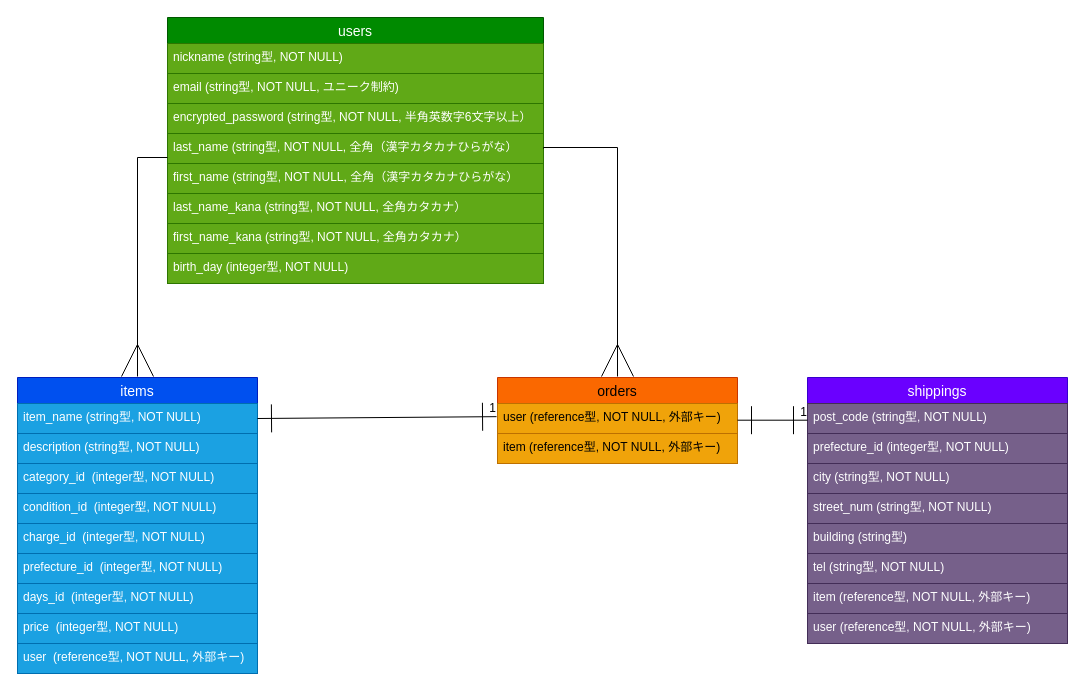
bandaid0625/furima-38930 keeps this draw.io diagram as er.dio. Above is the earlier version. Source tidied: cells renumbered, new cells numbered last; positions are measured from the earlier drawing's top-left corner, leaving out a move shared by most shapes. Both pictures are drawn from the tidied source at 100%, with x=0, y=0 at pixel (17, 17).
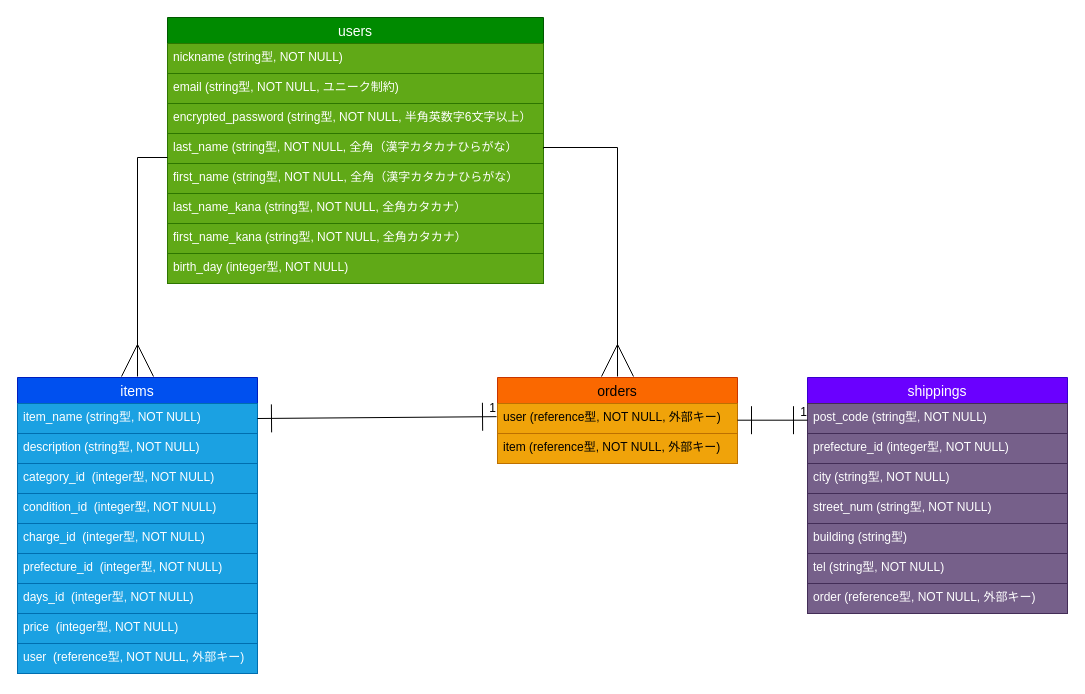
The same page after the edit.

The edit, as a diff of the source:
```diff
@@
     <mxCell id="21" value="shippings" style="swimlane;fontStyle=0;horizontal=1;startSize=26;align=center;fontSize=14;rounded=0;fillColor=#6a00ff;fontColor=#ffffff;strokeColor=#3700CC;labelBackgroundColor=none;" parent="1" vertex="1">
-      <mxGeometry x="790" y="360" width="260" height="266" as="geometry" />
+      <mxGeometry x="790" y="360" width="260" height="236" as="geometry" />
     </mxCell>
@@
-    <mxCell id="28" value="item (reference型, NOT NULL, 外部キー)" style="text;strokeColor=#432D57;fillColor=#76608a;spacingLeft=4;spacingRight=4;overflow=hidden;fontSize=12;rounded=0;fontColor=#ffffff;" parent="21" vertex="1">
+    <mxCell id="28" value="order (reference型, NOT NULL, 外部キー)" style="text;strokeColor=#432D57;fillColor=#76608a;spacingLeft=4;spacingRight=4;overflow=hidden;fontSize=12;rounded=0;fontColor=#ffffff;" parent="21" vertex="1">
       <mxGeometry y="206" width="260" height="30" as="geometry" />
     </mxCell>
-    <mxCell id="29" value="user (reference型, NOT NULL, 外部キー)" style="text;strokeColor=#432D57;fillColor=#76608a;spacingLeft=4;spacingRight=4;overflow=hidden;fontSize=12;rounded=0;fontColor=#ffffff;" parent="21" vertex="1">
-      <mxGeometry y="236" width="260" height="30" as="geometry" />
-    </mxCell>
```
